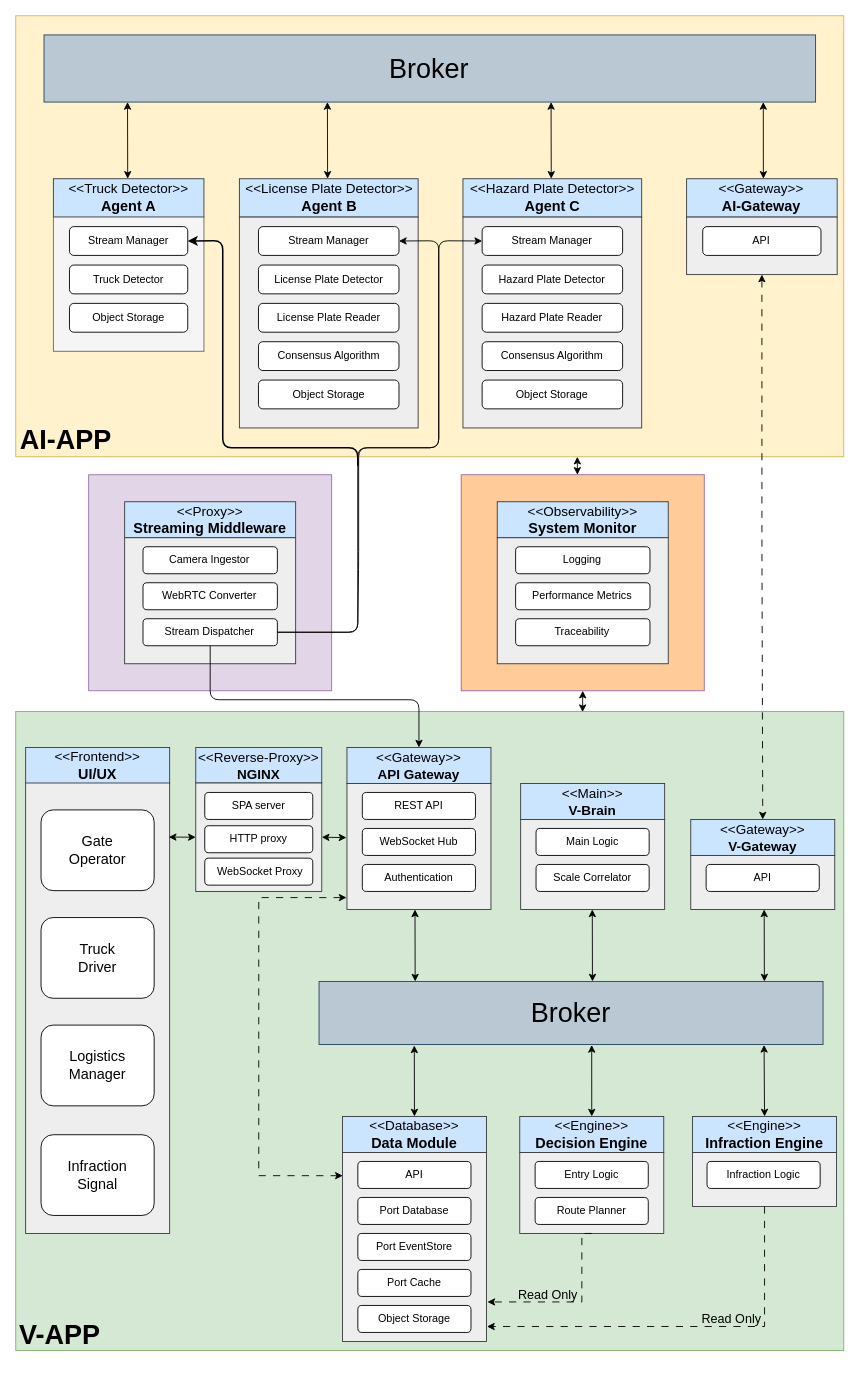
This is docs/sketch_arquitetura/arch_technological_model.drawio from PEI-HAZARDS/IntelligentLogistics, a draw.io file, before an edit. Source tidied: cells renumbered, new cells numbered last; positions are measured from the earlier drawing's top-left corner, leaving out a move shared by most shapes. Both pictures are drawn from the tidied source at 90%, with x=0, y=0 at pixel (15, 15).
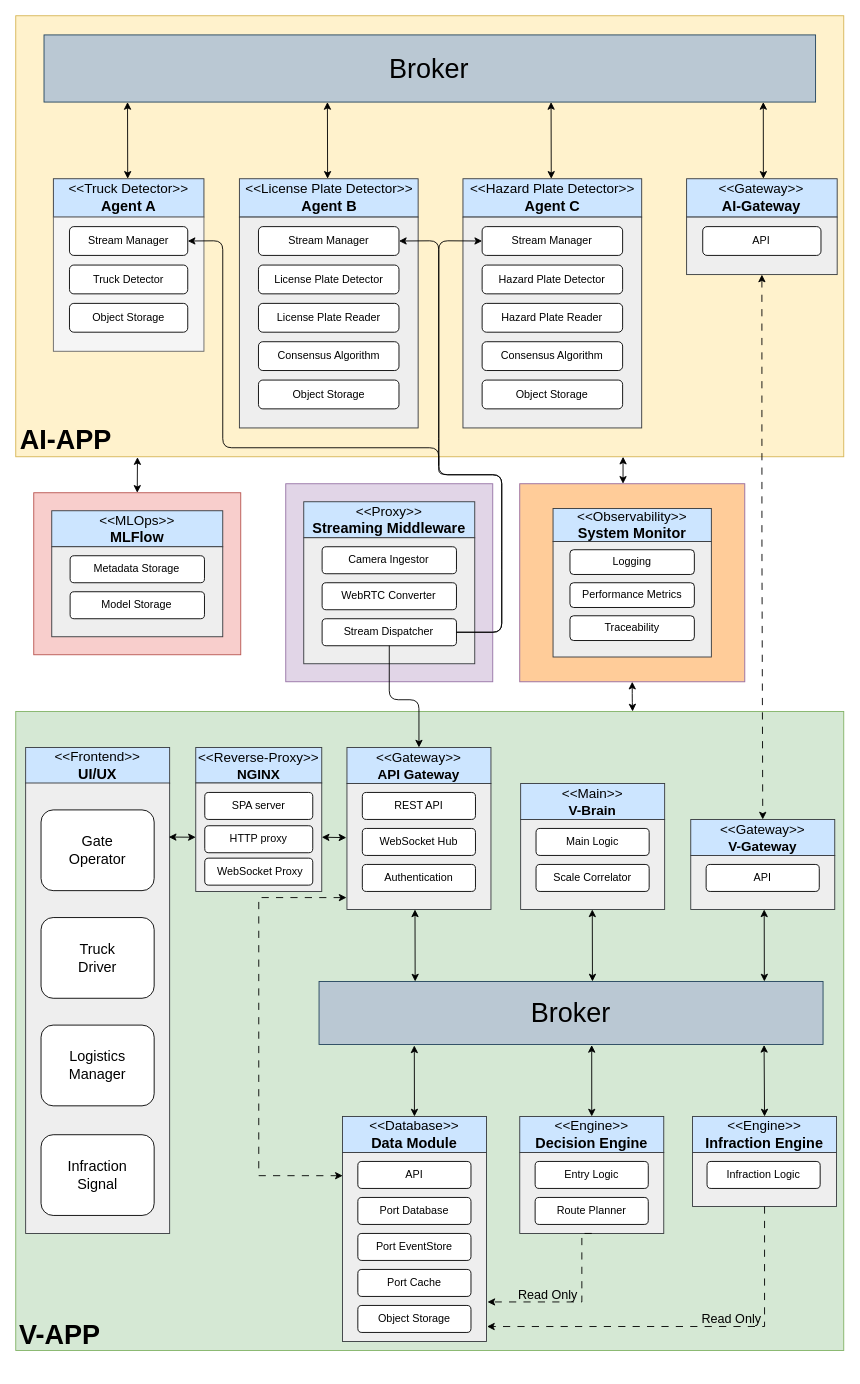
The same diagram, later.

The change refers to these unchanged cells:
```xml
<mxCell id="9" value="Stream Dispatcher" style="rounded=1;whiteSpace=wrap;html=1;" parent="4" vertex="1">
  <mxGeometry x="20.4" y="130" width="149.3" height="30" as="geometry" />
</mxCell>
<mxCell id="11" style="rounded=0;whiteSpace=wrap;html=1;fillColor=#fff2cc;strokeColor=#d6b656;" parent="10" vertex="1">
  <mxGeometry width="920" height="490" as="geometry" />
</mxCell>
<mxCell id="20" value="Stream Manager" style="rounded=1;whiteSpace=wrap;html=1;" parent="10" vertex="1">
  <mxGeometry x="59.7" y="234.3" width="131.4" height="32" as="geometry" />
</mxCell>
<mxCell id="25" value="Stream Manager" style="rounded=1;whiteSpace=wrap;html=1;" parent="10" vertex="1">
  <mxGeometry x="269.7" y="234.3" width="156.1" height="32" as="geometry" />
</mxCell>
<mxCell id="35" value="Stream Manager" style="rounded=1;whiteSpace=wrap;html=1;" parent="10" vertex="1">
  <mxGeometry x="518.2" y="234.3" width="156.1" height="32" as="geometry" />
</mxCell>
<mxCell id="41" style="rounded=0;whiteSpace=wrap;html=1;fillColor=#d5e8d4;strokeColor=#82b366;" parent="40" vertex="1">
  <mxGeometry width="920" height="710" as="geometry" />
</mxCell>
<mxCell id="49" value="&lt;div&gt;&lt;font style=&quot;font-size: 15px;&quot;&gt;&amp;lt;&amp;lt;Gateway&amp;gt;&amp;gt;&lt;/font&gt;&lt;/div&gt;&lt;div&gt;&lt;b&gt;&lt;font style=&quot;font-size: 15px;&quot;&gt;API Gateway&lt;/font&gt;&lt;/b&gt;&lt;/div&gt;" style="rounded=0;whiteSpace=wrap;html=1;fillColor=#cce5ff;strokeColor=#36393d;" parent="48" vertex="1">
  <mxGeometry width="160" height="40" as="geometry" />
</mxCell>
```

Diff of the diagram source:
```diff
@@
-<mxGraphModel>
+<mxGraphModel background="#ffffff">
@@
     <mxCell id="2" style="group;" parent="1" vertex="1">
-      <mxGeometry x="81" y="510" width="270" height="240" as="geometry" />
+      <mxGeometry x="230" y="510" width="270" height="240" as="geometry" />
     </mxCell>
     <mxCell id="3" style="rounded=0;whiteSpace=wrap;html=1;fillColor=#e1d5e7;strokeColor=#9673a6;" parent="2" vertex="1">
-      <mxGeometry width="270" height="240" as="geometry" />
+      <mxGeometry x="70" y="10" width="230" height="220" as="geometry" />
     </mxCell>
     <mxCell id="4" style="group;" parent="2" vertex="1">
-      <mxGeometry x="40" y="30" width="190" height="180" as="geometry" />
+      <mxGeometry x="90" y="30" width="190" height="180" as="geometry" />
     </mxCell>
@@
     <mxCell id="100" style="group;fillColor=default;strokeColor=#FFCCCC;" parent="1" vertex="1">
-      <mxGeometry x="495" y="510" width="270" height="240" as="geometry" />
+      <mxGeometry x="560" y="520" width="250" height="220" as="geometry" />
     </mxCell>
     <mxCell id="101" style="rounded=0;whiteSpace=wrap;html=1;fillColor=#FFCC99;strokeColor=#9673a6;" parent="100" vertex="1">
-      <mxGeometry width="270" height="240" as="geometry" />
+      <mxGeometry width="250" height="220" as="geometry" />
     </mxCell>
     <mxCell id="102" style="group;" parent="100" vertex="1">
-      <mxGeometry x="40" y="30" width="190" height="180" as="geometry" />
+      <mxGeometry x="37" y="27.5" width="175.9" height="165" as="geometry" />
     </mxCell>
     <mxCell id="103" value="&lt;div&gt;&lt;font style=&quot;font-size: 15px;&quot;&gt;&amp;lt;&amp;lt;Observability&amp;gt;&amp;gt;&lt;/font&gt;&lt;/div&gt;&lt;div&gt;&lt;b&gt;&lt;font size=&quot;3&quot;&gt;System Monitor&lt;/font&gt;&lt;/b&gt;&lt;/div&gt;" style="rounded=0;whiteSpace=wrap;html=1;fillColor=#cce5ff;strokeColor=#36393d;" parent="102" vertex="1">
-      <mxGeometry width="190" height="40" as="geometry" />
+      <mxGeometry width="175.9" height="36.7" as="geometry" />
     </mxCell>
     <mxCell id="104" style="rounded=0;whiteSpace=wrap;html=1;fillColor=#eeeeee;strokeColor=#36393d;" parent="102" vertex="1">
-      <mxGeometry y="40" width="190" height="140" as="geometry" />
+      <mxGeometry y="36.7" width="175.9" height="128.3" as="geometry" />
     </mxCell>
     <mxCell id="105" value="Logging" style="rounded=1;whiteSpace=wrap;html=1;" parent="102" vertex="1">
-      <mxGeometry x="20.4" y="50" width="149.3" height="30" as="geometry" />
+      <mxGeometry x="18.8" y="45.8" width="138.2" height="27.5" as="geometry" />
     </mxCell>
     <mxCell id="106" value="Performance Metrics" style="rounded=1;whiteSpace=wrap;html=1;" parent="102" vertex="1">
-      <mxGeometry x="20.4" y="90" width="149.3" height="30" as="geometry" />
+      <mxGeometry x="18.8" y="82.5" width="138.2" height="27.5" as="geometry" />
     </mxCell>
     <mxCell id="107" value="Traceability" style="rounded=1;whiteSpace=wrap;html=1;" parent="102" vertex="1">
-      <mxGeometry x="20.4" y="130" width="149.3" height="30" as="geometry" />
+      <mxGeometry x="18.8" y="119.2" width="138.2" height="27.5" as="geometry" />
     </mxCell>
     <mxCell id="108" style="edgeStyle=none;html=1;exitX=0.5;exitY=1;exitDx=0;exitDy=0;entryX=0.5;entryY=0;entryDx=0;entryDy=0;" parent="1" edge="1" source="9" target="49">
       <mxGeometry relative="1" as="geometry">
         <Array as="points">
-          <mxPoint x="216" y="760" />
+          <mxPoint x="415" y="760" />
           <mxPoint x="448" y="760" />
         </Array>
       </mxGeometry>
     </mxCell>
-    <mxCell id="109" style="edgeStyle=none;html=1;entryX=1;entryY=0.5;entryDx=0;entryDy=0;strokeWidth=1.7;" parent="1" edge="1" target="20">
+    <mxCell id="109" style="edgeStyle=none;html=1;entryX=1;entryY=0.5;entryDx=0;entryDy=0;strokeWidth=1;" parent="1" edge="1" target="20">
       <mxGeometry relative="1" as="geometry">
-        <mxPoint x="380" y="500" as="sourcePoint" />
+        <mxPoint x="470" y="500" as="sourcePoint" />
         <Array as="points">
-          <mxPoint x="380" y="480" />
+          <mxPoint x="470" y="480" />
           <mxPoint x="230" y="480" />
           <mxPoint x="230" y="250" />
         </Array>
       </mxGeometry>
     </mxCell>
-    <mxCell id="110" style="edgeStyle=none;html=1;entryX=0.615;entryY=0.001;entryDx=0;entryDy=0;entryPerimeter=0;exitX=0.5;exitY=1;exitDx=0;exitDy=0;startArrow=classic;startFill=1;" parent="1" edge="1" source="101">
+    <mxCell id="110" style="edgeStyle=none;html=1;exitX=0.5;exitY=1;exitDx=0;exitDy=0;startArrow=classic;startFill=1;entryX=0.745;entryY=0;entryDx=0;entryDy=0;entryPerimeter=0;" parent="1" edge="1" source="101" target="41">
       <mxGeometry relative="1" as="geometry">
-        <mxPoint x="629.8" y="773.7" as="targetPoint" />
+        <Array as="points">
+          <mxPoint x="685" y="760" />
+        </Array>
       </mxGeometry>
     </mxCell>
-    <mxCell id="111" style="edgeStyle=none;html=1;exitX=0.5;exitY=1;exitDx=0;exitDy=0;startArrow=classic;startFill=1;" parent="1" edge="1">
+    <mxCell id="111" style="edgeStyle=none;html=1;exitX=0.5;exitY=1;exitDx=0;exitDy=0;startArrow=classic;startFill=1;entryX=0.459;entryY=0;entryDx=0;entryDy=0;entryPerimeter=0;" parent="1" edge="1" target="101">
       <mxGeometry relative="1" as="geometry">
-        <mxPoint x="624" y="490" as="sourcePoint" />
-        <mxPoint x="624" y="510" as="targetPoint" />
+        <mxPoint x="674.8" y="490" as="sourcePoint" />
       </mxGeometry>
     </mxCell>
     <mxCell id="112" style="edgeStyle=none;html=1;entryX=1;entryY=0.5;entryDx=0;entryDy=0;exitX=1;exitY=0.5;exitDx=0;exitDy=0;" parent="1" edge="1" source="9" target="25">
       <mxGeometry relative="1" as="geometry">
         <Array as="points">
-          <mxPoint x="380" y="685" />
-          <mxPoint x="380" y="605" />
-          <mxPoint x="380" y="480" />
+          <mxPoint x="540" y="685" />
+          <mxPoint x="540" y="605" />
+          <mxPoint x="540" y="510" />
+          <mxPoint x="470" y="510" />
+          <mxPoint x="470" y="500" />
           <mxPoint x="470" y="480" />
           <mxPoint x="470" y="250" />
         </Array>
       </mxGeometry>
     </mxCell>
     <mxCell id="113" style="edgeStyle=none;html=1;entryX=0;entryY=0.5;entryDx=0;entryDy=0;exitX=1;exitY=0.5;exitDx=0;exitDy=0;" parent="1" edge="1" source="9" target="35">
       <mxGeometry relative="1" as="geometry">
         <Array as="points">
-          <mxPoint x="380" y="685" />
-          <mxPoint x="381" y="605" />
-          <mxPoint x="381" y="480" />
+          <mxPoint x="540" y="685" />
+          <mxPoint x="540" y="510" />
+          <mxPoint x="470" y="510" />
           <mxPoint x="470" y="480" />
           <mxPoint x="470" y="250" />
         </Array>
       </mxGeometry>
     </mxCell>
+    <mxCell id="114" style="rounded=0;whiteSpace=wrap;html=1;fillColor=#f8cecc;strokeColor=#b85450;" parent="1" vertex="1">
+      <mxGeometry x="20" y="530" width="230" height="180" as="geometry" />
+    </mxCell>
+    <mxCell id="115" style="group;" parent="1" vertex="1">
+      <mxGeometry x="40" y="550" width="190" height="180" as="geometry" />
+    </mxCell>
+    <mxCell id="116" value="&lt;div&gt;&lt;font style=&quot;font-size: 15px;&quot;&gt;&amp;lt;&amp;lt;MLOps&amp;gt;&amp;gt;&lt;/font&gt;&lt;/div&gt;&lt;div&gt;&lt;font size=&quot;3&quot;&gt;&lt;b&gt;MLFlow&lt;/b&gt;&lt;/font&gt;&lt;/div&gt;" style="rounded=0;whiteSpace=wrap;html=1;fillColor=#cce5ff;strokeColor=#36393d;" parent="115" vertex="1">
+      <mxGeometry width="190" height="40" as="geometry" />
+    </mxCell>
+    <mxCell id="117" style="rounded=0;whiteSpace=wrap;html=1;fillColor=#eeeeee;strokeColor=#36393d;" parent="115" vertex="1">
+      <mxGeometry y="40" width="190" height="100" as="geometry" />
+    </mxCell>
+    <mxCell id="118" value="Metadata Storage" style="rounded=1;whiteSpace=wrap;html=1;" parent="115" vertex="1">
+      <mxGeometry x="20.4" y="50" width="149.3" height="30" as="geometry" />
+    </mxCell>
+    <mxCell id="119" value="Model Storage" style="rounded=1;whiteSpace=wrap;html=1;" parent="115" vertex="1">
+      <mxGeometry x="20.4" y="90" width="149.3" height="30" as="geometry" />
+    </mxCell>
+    <mxCell id="120" style="edgeStyle=none;html=1;exitX=0.5;exitY=0;exitDx=0;exitDy=0;strokeColor=default;startArrow=classic;startFill=1;entryX=0.147;entryY=1.001;entryDx=0;entryDy=0;entryPerimeter=0;" parent="1" edge="1" source="114" target="11">
+      <mxGeometry relative="1" as="geometry" />
+    </mxCell>
```
